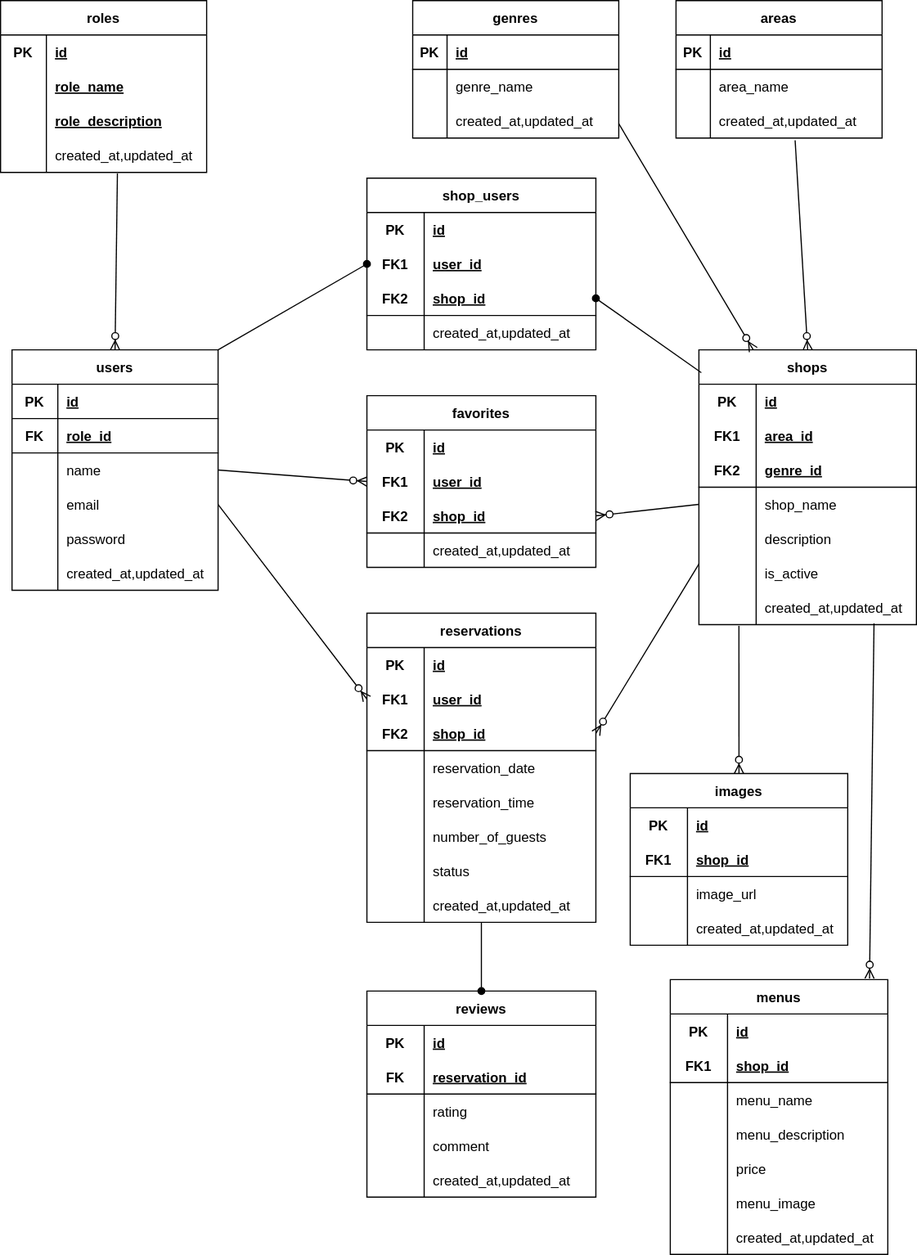
The draw.io diagram er.drawio.svg in fujico23/rese-system, before a commit. Source tidied: cells renumbered, new cells last; positions are measured from the earlier drawing's top-left corner, leaving out a move shared by most shapes.
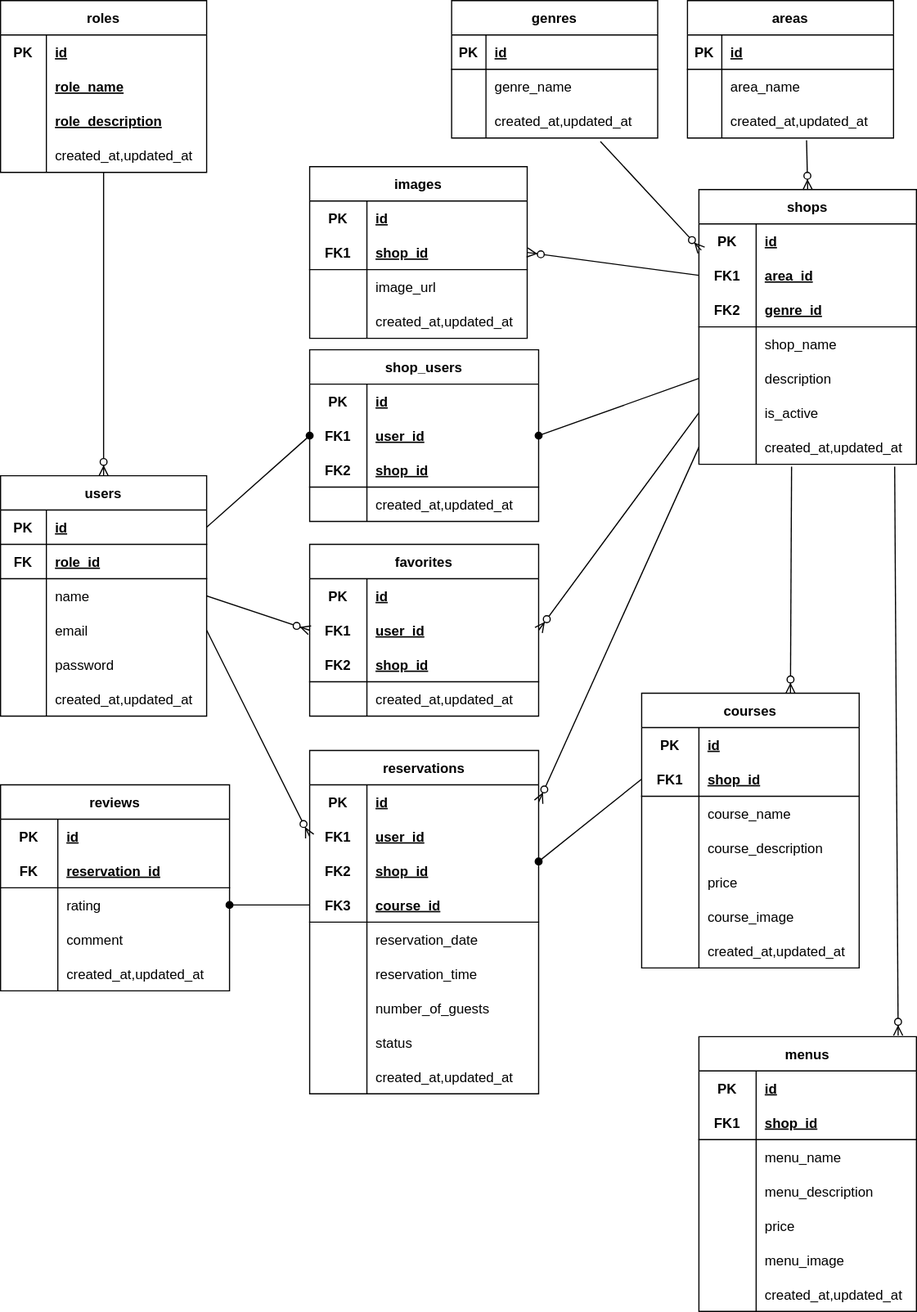
The same diagram one commit later.

What changed in the source:
```diff
@@ -5,3 +5,3 @@
     <mxCell id="2" value="users" style="shape=table;startSize=30;rowLines=0;fontStyle=1;align=center;rounded=0;" parent="1" vertex="1">
-      <mxGeometry x="10" y="305" width="180" height="210" as="geometry" />
+      <mxGeometry y="415" width="180" height="210" as="geometry" />
     </mxCell>
@@ -62,3 +62,3 @@
     <mxCell id="21" value="areas" style="shape=table;startSize=30;rowLines=0;fontStyle=1;align=center;rounded=0;" parent="1" vertex="1">
-      <mxGeometry x="590" width="180" height="120" as="geometry" />
+      <mxGeometry x="600" width="180" height="120" as="geometry" />
     </mxCell>
@@ -92,3 +92,3 @@
     <mxCell id="31" value="genres" style="shape=table;startSize=30;rowLines=0;fontStyle=1;align=center;rounded=0;" parent="1" vertex="1">
-      <mxGeometry x="360" width="180" height="120" as="geometry" />
+      <mxGeometry x="394" width="180" height="120" as="geometry" />
     </mxCell>
@@ -122,3 +122,3 @@
     <mxCell id="41" value="shops" style="shape=table;startSize=30;rowLines=0;fontStyle=1;align=center;rounded=0;" parent="1" vertex="1">
-      <mxGeometry x="610" y="305" width="190" height="240" as="geometry" />
+      <mxGeometry x="610" y="165" width="190" height="240" as="geometry" />
     </mxCell>
@@ -188,3 +188,3 @@
     <mxCell id="63" value="favorites" style="shape=table;startSize=30;rowLines=0;fontStyle=1;align=center;rounded=0;" parent="1" vertex="1">
-      <mxGeometry x="320" y="345" width="200" height="150" as="geometry" />
+      <mxGeometry x="270" y="475" width="200" height="150" as="geometry" />
     </mxCell>
@@ -227,3 +227,3 @@
     <mxCell id="76" value="reservations" style="shape=table;startSize=30;rowLines=0;fontStyle=1;align=center;rounded=0;" parent="1" vertex="1">
-      <mxGeometry x="320" y="535" width="200" height="270" as="geometry" />
+      <mxGeometry x="270" y="655" width="200" height="300" as="geometry" />
     </mxCell>
@@ -247,9 +247,18 @@
     </mxCell>
+    <mxCell id="190" style="shape=tableRow;horizontal=0;startSize=0;swimlaneHead=0;swimlaneBody=0;fillColor=none;points=[[0,0.5],[1,0.5]];portConstraint=eastwest;top=0;left=0;right=0;bottom=0;rounded=0;" parent="76" vertex="1">
+      <mxGeometry y="90" width="200" height="30" as="geometry" />
+    </mxCell>
+    <mxCell id="191" value="FK2" style="shape=partialRectangle;fillColor=none;top=0;left=0;bottom=0;right=0;fontStyle=1;overflow=hidden;rounded=0;" parent="190" vertex="1">
+      <mxGeometry width="50" height="30" as="geometry" />
+    </mxCell>
+    <mxCell id="192" value="shop_id" style="shape=partialRectangle;fillColor=none;top=0;left=0;bottom=0;right=0;align=left;spacingLeft=6;fontStyle=5;overflow=hidden;rounded=0;" parent="190" vertex="1">
+      <mxGeometry x="50" width="150" height="30" as="geometry" />
+    </mxCell>
     <mxCell id="83" style="shape=tableRow;horizontal=0;startSize=0;swimlaneHead=0;swimlaneBody=0;fillColor=none;points=[[0,0.5],[1,0.5]];portConstraint=eastwest;top=0;left=0;right=0;bottom=1;rounded=0;" parent="76" vertex="1">
-      <mxGeometry y="90" width="200" height="30" as="geometry" />
+      <mxGeometry y="120" width="200" height="30" as="geometry" />
     </mxCell>
-    <mxCell id="84" value="FK2" style="shape=partialRectangle;fillColor=none;top=0;left=0;bottom=0;right=0;fontStyle=1;overflow=hidden;rounded=0;" parent="83" vertex="1">
+    <mxCell id="84" value="FK3" style="shape=partialRectangle;fillColor=none;top=0;left=0;bottom=0;right=0;fontStyle=1;overflow=hidden;rounded=0;" parent="83" vertex="1">
       <mxGeometry width="50" height="30" as="geometry" />
     </mxCell>
-    <mxCell id="85" value="shop_id" style="shape=partialRectangle;fillColor=none;top=0;left=0;bottom=0;right=0;align=left;spacingLeft=6;fontStyle=5;overflow=hidden;rounded=0;" parent="83" vertex="1">
+    <mxCell id="85" value="course_id" style="shape=partialRectangle;fillColor=none;top=0;left=0;bottom=0;right=0;align=left;spacingLeft=6;fontStyle=5;overflow=hidden;rounded=0;" parent="83" vertex="1">
       <mxGeometry x="50" width="150" height="30" as="geometry" />
@@ -257,3 +266,3 @@
     <mxCell id="86" style="shape=tableRow;horizontal=0;startSize=0;swimlaneHead=0;swimlaneBody=0;fillColor=none;top=0;left=0;right=0;bottom=0;rounded=0;" parent="76" vertex="1">
-      <mxGeometry y="120" width="200" height="30" as="geometry" />
+      <mxGeometry y="150" width="200" height="30" as="geometry" />
     </mxCell>
@@ -266,3 +275,3 @@
     <mxCell id="89" style="shape=tableRow;horizontal=0;startSize=0;swimlaneHead=0;swimlaneBody=0;fillColor=none;top=0;left=0;right=0;bottom=0;rounded=0;" parent="76" vertex="1">
-      <mxGeometry y="150" width="200" height="30" as="geometry" />
+      <mxGeometry y="180" width="200" height="30" as="geometry" />
     </mxCell>
@@ -275,3 +284,3 @@
     <mxCell id="92" style="shape=tableRow;horizontal=0;startSize=0;swimlaneHead=0;swimlaneBody=0;fillColor=none;top=0;left=0;right=0;bottom=0;rounded=0;" parent="76" vertex="1">
-      <mxGeometry y="180" width="200" height="30" as="geometry" />
+      <mxGeometry y="210" width="200" height="30" as="geometry" />
     </mxCell>
@@ -284,3 +293,3 @@
     <mxCell id="95" style="shape=tableRow;horizontal=0;startSize=0;swimlaneHead=0;swimlaneBody=0;fillColor=none;top=0;left=0;right=0;bottom=0;rounded=0;" parent="76" vertex="1">
-      <mxGeometry y="210" width="200" height="30" as="geometry" />
+      <mxGeometry y="240" width="200" height="30" as="geometry" />
     </mxCell>
@@ -293,3 +302,3 @@
     <mxCell id="98" style="shape=tableRow;horizontal=0;startSize=0;swimlaneHead=0;swimlaneBody=0;fillColor=none;points=[[0,0.5],[1,0.5]];portConstraint=eastwest;top=0;left=0;right=0;bottom=0;rounded=0;" parent="76" vertex="1">
-      <mxGeometry y="240" width="200" height="30" as="geometry" />
+      <mxGeometry y="270" width="200" height="30" as="geometry" />
     </mxCell>
@@ -340,3 +349,3 @@
     </mxCell>
-    <mxCell id="114" style="fontSize=12;html=1;endArrow=ERzeroToMany;endFill=1;rounded=0;exitX=1;exitY=0.5;exitDx=0;exitDy=0;entryX=0;entryY=0.5;entryDx=0;entryDy=0;" parent="1" edge="1" source="9" target="67">
+    <mxCell id="114" style="fontSize=12;html=1;endArrow=ERzeroToMany;endFill=1;rounded=0;entryX=0;entryY=0.5;entryDx=0;entryDy=0;exitX=1;exitY=0.5;exitDx=0;exitDy=0;" parent="1" edge="1" source="9" target="67">
       <mxGeometry relative="1" as="geometry" />
@@ -346,9 +355,7 @@
     </mxCell>
-    <mxCell id="116" style="fontSize=12;html=1;endArrow=ERzeroToMany;endFill=1;rounded=0;entryX=1;entryY=0.5;entryDx=0;entryDy=0;exitX=0;exitY=0.5;exitDx=0;exitDy=0;" parent="1" edge="1" source="51" target="70">
+    <mxCell id="116" style="fontSize=12;html=1;endArrow=ERzeroToMany;endFill=1;rounded=0;entryX=1;entryY=0.5;entryDx=0;entryDy=0;exitX=0;exitY=0.5;exitDx=0;exitDy=0;" parent="1" edge="1" source="57" target="67">
       <mxGeometry relative="1" as="geometry" />
     </mxCell>
-    <mxCell id="117" style="fontSize=12;html=1;endArrow=ERzeroToMany;endFill=1;rounded=0;exitX=1;exitY=0.5;exitDx=0;exitDy=0;entryX=0.25;entryY=0;entryDx=0;entryDy=0;" parent="1" edge="1" target="41">
-      <mxGeometry relative="1" as="geometry">
-        <mxPoint x="540" y="107.5" as="sourcePoint" />
-      </mxGeometry>
+    <mxCell id="117" style="fontSize=12;html=1;endArrow=ERzeroToMany;endFill=1;rounded=0;exitX=0.722;exitY=1.1;exitDx=0;exitDy=0;entryX=0.011;entryY=0.767;entryDx=0;entryDy=0;exitPerimeter=0;entryPerimeter=0;" parent="1" edge="1" source="38" target="42">
+      <mxGeometry relative="1" as="geometry" />
     </mxCell>
@@ -358,3 +365,3 @@
     <mxCell id="119" value="reviews" style="shape=table;startSize=30;rowLines=0;fontStyle=1;align=center;rounded=0;" parent="1" vertex="1">
-      <mxGeometry x="320" y="865" width="200" height="180" as="geometry" />
+      <mxGeometry y="685" width="200" height="180" as="geometry" />
     </mxCell>
@@ -405,3 +412,3 @@
     </mxCell>
-    <mxCell id="135" style="fontSize=12;html=1;endArrow=ERzeroToMany;endFill=1;rounded=0;exitX=0.567;exitY=1.033;exitDx=0;exitDy=0;entryX=0.5;entryY=0;entryDx=0;entryDy=0;exitPerimeter=0;" parent="1" edge="1" source="111" target="2">
+    <mxCell id="135" style="fontSize=12;html=1;endArrow=ERzeroToMany;endFill=1;rounded=0;entryX=0.5;entryY=0;entryDx=0;entryDy=0;" parent="1" edge="1" source="111" target="2">
       <mxGeometry relative="1" as="geometry" />
@@ -409,3 +416,3 @@
     <mxCell id="136" value="images" style="shape=table;startSize=30;rowLines=0;fontStyle=1;align=center;rounded=0;" parent="1" vertex="1">
-      <mxGeometry x="550" y="675" width="190" height="150" as="geometry" />
+      <mxGeometry x="270" y="145" width="190" height="150" as="geometry" />
     </mxCell>
@@ -447,3 +454,3 @@
     </mxCell>
-    <mxCell id="149" style="fontSize=12;html=1;endArrow=ERzeroToMany;endFill=1;rounded=0;entryX=0.5;entryY=0;entryDx=0;entryDy=0;exitX=0.184;exitY=1.033;exitDx=0;exitDy=0;exitPerimeter=0;" parent="1" edge="1" source="60" target="136">
+    <mxCell id="149" style="fontSize=12;html=1;endArrow=ERzeroToMany;endFill=1;rounded=0;entryX=1;entryY=0.5;entryDx=0;entryDy=0;exitX=0;exitY=0.5;exitDx=0;exitDy=0;" parent="1" edge="1" source="45" target="140">
       <mxGeometry relative="1" as="geometry" />
@@ -451,3 +458,3 @@
     <mxCell id="150" value="shop_users" style="shape=table;startSize=30;rowLines=0;fontStyle=1;align=center;rounded=0;" parent="1" vertex="1">
-      <mxGeometry x="320" y="155" width="200" height="150" as="geometry" />
+      <mxGeometry x="270" y="305" width="200" height="150" as="geometry" />
     </mxCell>
@@ -489,9 +496,9 @@
     </mxCell>
-    <mxCell id="163" style="fontSize=12;html=1;endArrow=oval;endFill=1;rounded=0;exitX=1;exitY=0;exitDx=0;exitDy=0;entryX=0;entryY=0.5;entryDx=0;entryDy=0;" parent="1" edge="1" source="2" target="154">
+    <mxCell id="163" style="fontSize=12;html=1;endArrow=oval;endFill=1;rounded=0;exitX=1;exitY=0.5;exitDx=0;exitDy=0;entryX=0;entryY=0.5;entryDx=0;entryDy=0;" parent="1" edge="1" source="3" target="154">
       <mxGeometry relative="1" as="geometry" />
     </mxCell>
-    <mxCell id="164" style="fontSize=12;html=1;endArrow=oval;endFill=1;rounded=0;entryX=1;entryY=0.5;entryDx=0;entryDy=0;exitX=0.011;exitY=0.083;exitDx=0;exitDy=0;exitPerimeter=0;" parent="1" edge="1" source="41" target="157">
+    <mxCell id="164" style="fontSize=12;html=1;endArrow=oval;endFill=1;rounded=0;entryX=1;entryY=0.5;entryDx=0;entryDy=0;exitX=0;exitY=0.5;exitDx=0;exitDy=0;" parent="1" edge="1" source="54" target="154">
       <mxGeometry relative="1" as="geometry" />
     </mxCell>
-    <mxCell id="165" style="fontSize=12;html=1;endArrow=oval;endFill=1;rounded=0;entryX=0.5;entryY=0;entryDx=0;entryDy=0;" parent="1" edge="1" source="98" target="119">
+    <mxCell id="165" style="fontSize=12;html=1;endArrow=oval;endFill=1;rounded=0;entryX=1;entryY=0.5;entryDx=0;entryDy=0;exitX=0;exitY=0.5;exitDx=0;exitDy=0;" parent="1" edge="1" source="83" target="126">
       <mxGeometry relative="1" as="geometry" />
@@ -499,3 +506,3 @@
     <mxCell id="166" value="menus" style="shape=table;startSize=30;rowLines=0;fontStyle=1;align=center;rounded=0;" parent="1" vertex="1">
-      <mxGeometry x="585" y="855" width="190" height="240" as="geometry" />
+      <mxGeometry x="610" y="905" width="190" height="240" as="geometry" />
     </mxCell>
@@ -564,8 +571,80 @@
     </mxCell>
-    <mxCell id="188" style="fontSize=12;html=1;endArrow=ERzeroToMany;endFill=1;rounded=0;entryX=0.916;entryY=-0.004;entryDx=0;entryDy=0;exitX=0.805;exitY=0.967;exitDx=0;exitDy=0;exitPerimeter=0;entryPerimeter=0;" parent="1" edge="1" source="60" target="166">
+    <mxCell id="188" style="fontSize=12;html=1;endArrow=ERzeroToMany;endFill=1;rounded=0;entryX=0.916;entryY=-0.004;entryDx=0;entryDy=0;exitX=0.9;exitY=1.067;exitDx=0;exitDy=0;exitPerimeter=0;entryPerimeter=0;" parent="1" edge="1" source="60" target="166">
       <mxGeometry relative="1" as="geometry" />
     </mxCell>
-    <mxCell id="189" style="fontSize=12;html=1;endArrow=ERzeroToMany;endFill=1;rounded=0;entryX=1;entryY=0.5;entryDx=0;entryDy=0;exitX=0;exitY=0.233;exitDx=0;exitDy=0;exitPerimeter=0;" parent="1" edge="1" source="57" target="83">
+    <mxCell id="189" style="fontSize=12;html=1;endArrow=ERzeroToMany;endFill=1;rounded=0;entryX=1;entryY=0.5;entryDx=0;entryDy=0;exitX=0;exitY=0.5;exitDx=0;exitDy=0;" parent="1" edge="1" source="60" target="77">
       <mxGeometry relative="1" as="geometry" />
     </mxCell>
+    <mxCell id="193" value="courses" style="shape=table;startSize=30;rowLines=0;fontStyle=1;align=center;rounded=0;" parent="1" vertex="1">
+      <mxGeometry x="560" y="605" width="190" height="240" as="geometry" />
+    </mxCell>
+    <mxCell id="194" style="shape=tableRow;horizontal=0;startSize=0;swimlaneHead=0;swimlaneBody=0;fillColor=none;top=0;left=0;right=0;bottom=0;rounded=0;" parent="193" vertex="1">
+      <mxGeometry y="30" width="190" height="30" as="geometry" />
+    </mxCell>
+    <mxCell id="195" value="PK" style="shape=partialRectangle;fillColor=none;top=0;left=0;bottom=0;right=0;fontStyle=1;overflow=hidden;rounded=0;" parent="194" vertex="1">
+      <mxGeometry width="50" height="30" as="geometry" />
+    </mxCell>
+    <mxCell id="196" value="id" style="shape=partialRectangle;fillColor=none;top=0;left=0;bottom=0;right=0;align=left;spacingLeft=6;fontStyle=5;overflow=hidden;rounded=0;" parent="194" vertex="1">
+      <mxGeometry x="50" width="140" height="30" as="geometry" />
+    </mxCell>
+    <mxCell id="197" style="shape=tableRow;horizontal=0;startSize=0;swimlaneHead=0;swimlaneBody=0;fillColor=none;points=[[0,0.5],[1,0.5]];portConstraint=eastwest;top=0;left=0;right=0;bottom=1;rounded=0;" parent="193" vertex="1">
+      <mxGeometry y="60" width="190" height="30" as="geometry" />
+    </mxCell>
+    <mxCell id="198" value="FK1" style="shape=partialRectangle;fillColor=none;top=0;left=0;bottom=0;right=0;fontStyle=1;overflow=hidden;rounded=0;" parent="197" vertex="1">
+      <mxGeometry width="50" height="30" as="geometry" />
+    </mxCell>
+    <mxCell id="199" value="shop_id" style="shape=partialRectangle;fillColor=none;top=0;left=0;bottom=0;right=0;align=left;spacingLeft=6;fontStyle=5;overflow=hidden;rounded=0;" parent="197" vertex="1">
+      <mxGeometry x="50" width="140" height="30" as="geometry" />
+    </mxCell>
+    <mxCell id="200" style="shape=tableRow;horizontal=0;startSize=0;swimlaneHead=0;swimlaneBody=0;fillColor=none;top=0;left=0;right=0;bottom=0;rounded=0;" parent="193" vertex="1">
+      <mxGeometry y="90" width="190" height="30" as="geometry" />
+    </mxCell>
+    <mxCell id="201" style="shape=partialRectangle;fillColor=none;top=0;left=0;bottom=0;right=0;overflow=hidden;rounded=0;" parent="200" vertex="1">
+      <mxGeometry width="50" height="30" as="geometry" />
+    </mxCell>
+    <mxCell id="202" value="course_name" style="shape=partialRectangle;fillColor=none;top=0;left=0;bottom=0;right=0;align=left;spacingLeft=6;overflow=hidden;rounded=0;" parent="200" vertex="1">
+      <mxGeometry x="50" width="140" height="30" as="geometry" />
+    </mxCell>
+    <mxCell id="203" style="shape=tableRow;horizontal=0;startSize=0;swimlaneHead=0;swimlaneBody=0;fillColor=none;top=0;left=0;right=0;bottom=0;rounded=0;" parent="193" vertex="1">
+      <mxGeometry y="120" width="190" height="30" as="geometry" />
+    </mxCell>
+    <mxCell id="204" style="shape=partialRectangle;fillColor=none;top=0;left=0;bottom=0;right=0;overflow=hidden;rounded=0;" parent="203" vertex="1">
+      <mxGeometry width="50" height="30" as="geometry" />
+    </mxCell>
+    <mxCell id="205" value="course_description" style="shape=partialRectangle;fillColor=none;top=0;left=0;bottom=0;right=0;align=left;spacingLeft=6;overflow=hidden;rounded=0;" parent="203" vertex="1">
+      <mxGeometry x="50" width="140" height="30" as="geometry" />
+    </mxCell>
+    <mxCell id="206" style="shape=tableRow;horizontal=0;startSize=0;swimlaneHead=0;swimlaneBody=0;fillColor=none;top=0;left=0;right=0;bottom=0;rounded=0;" parent="193" vertex="1">
+      <mxGeometry y="150" width="190" height="30" as="geometry" />
+    </mxCell>
+    <mxCell id="207" style="shape=partialRectangle;fillColor=none;top=0;left=0;bottom=0;right=0;overflow=hidden;rounded=0;" parent="206" vertex="1">
+      <mxGeometry width="50" height="30" as="geometry" />
+    </mxCell>
+    <mxCell id="208" value="price" style="shape=partialRectangle;fillColor=none;top=0;left=0;bottom=0;right=0;align=left;spacingLeft=6;overflow=hidden;rounded=0;" parent="206" vertex="1">
+      <mxGeometry x="50" width="140" height="30" as="geometry" />
+    </mxCell>
+    <mxCell id="209" style="shape=tableRow;horizontal=0;startSize=0;swimlaneHead=0;swimlaneBody=0;fillColor=none;top=0;left=0;right=0;bottom=0;rounded=0;" parent="193" vertex="1">
+      <mxGeometry y="180" width="190" height="30" as="geometry" />
+    </mxCell>
+    <mxCell id="210" style="shape=partialRectangle;fillColor=none;top=0;left=0;bottom=0;right=0;overflow=hidden;rounded=0;" parent="209" vertex="1">
+      <mxGeometry width="50" height="30" as="geometry" />
+    </mxCell>
+    <mxCell id="211" value="course_image" style="shape=partialRectangle;fillColor=none;top=0;left=0;bottom=0;right=0;align=left;spacingLeft=6;overflow=hidden;rounded=0;" parent="209" vertex="1">
+      <mxGeometry x="50" width="140" height="30" as="geometry" />
+    </mxCell>
+    <mxCell id="212" style="shape=tableRow;horizontal=0;startSize=0;swimlaneHead=0;swimlaneBody=0;fillColor=none;top=0;left=0;right=0;bottom=0;rounded=0;" parent="193" vertex="1">
+      <mxGeometry y="210" width="190" height="30" as="geometry" />
+    </mxCell>
+    <mxCell id="213" style="shape=partialRectangle;fillColor=none;top=0;left=0;bottom=0;right=0;overflow=hidden;rounded=0;" parent="212" vertex="1">
+      <mxGeometry width="50" height="30" as="geometry" />
+    </mxCell>
+    <mxCell id="214" value="created_at,updated_at" style="shape=partialRectangle;fillColor=none;top=0;left=0;bottom=0;right=0;align=left;spacingLeft=6;overflow=hidden;rounded=0;" parent="212" vertex="1">
+      <mxGeometry x="50" width="140" height="30" as="geometry" />
+    </mxCell>
+    <mxCell id="215" style="fontSize=12;html=1;endArrow=oval;endFill=1;rounded=0;entryX=1;entryY=0.233;entryDx=0;entryDy=0;exitX=0;exitY=0.5;exitDx=0;exitDy=0;entryPerimeter=0;" parent="1" edge="1" source="197" target="190">
+      <mxGeometry relative="1" as="geometry" />
+    </mxCell>
+    <mxCell id="216" style="fontSize=12;html=1;endArrow=ERzeroToMany;endFill=1;rounded=0;entryX=0.684;entryY=0;entryDx=0;entryDy=0;exitX=0.426;exitY=1.067;exitDx=0;exitDy=0;exitPerimeter=0;entryPerimeter=0;" parent="1" edge="1" source="60" target="193">
+      <mxGeometry relative="1" as="geometry" />
+    </mxCell>
   </root>
```
